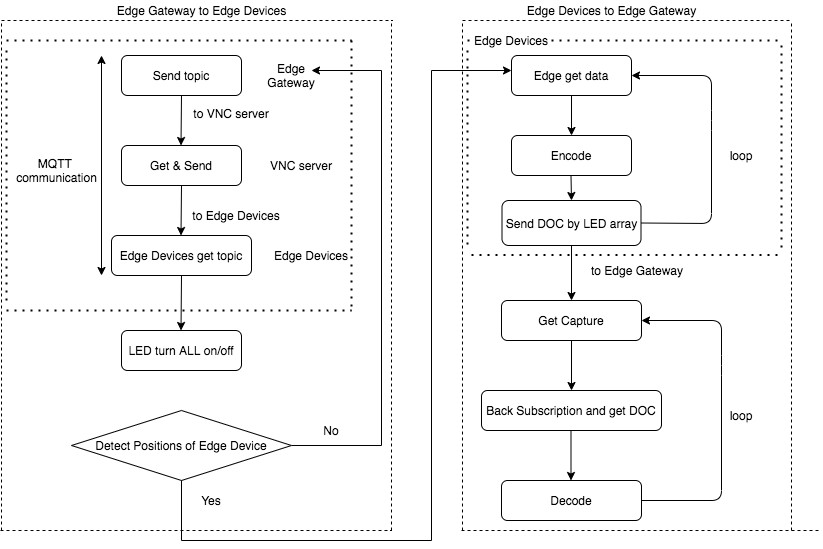
This is issue/DOC-Diagram.png from jamjamjam888/opencv-python, a draw.io export, as it was before one commit. Source tidied: cells renumbered, new cells last; positions are measured from the earlier drawing's top-left corner, leaving out a move shared by most shapes. Its diagram source:
```xml
<mxGraphModel>
  <root>
    <mxCell id="0" />
    <mxCell id="1" parent="0" />
    <mxCell id="2" value="Send topic" style="rounded=1;whiteSpace=wrap;html=1;fontSize=12;glass=0;strokeWidth=1;shadow=0;" parent="1" vertex="1">
      <mxGeometry x="121" y="55" width="120" height="40" as="geometry" />
    </mxCell>
    <mxCell id="3" style="edgeStyle=orthogonalEdgeStyle;rounded=0;jettySize=auto;html=1;exitX=1;exitY=0.5;exitDx=0;exitDy=0;" parent="1" edge="1" source="18">
      <mxGeometry relative="1" as="geometry">
        <mxPoint x="311" y="70" as="targetPoint" />
        <Array as="points">
          <mxPoint x="381" y="445" />
          <mxPoint x="381" y="70" />
        </Array>
      </mxGeometry>
    </mxCell>
    <mxCell id="4" value="Edge Devices get topic" style="rounded=1;whiteSpace=wrap;html=1;fontSize=12;glass=0;strokeWidth=1;shadow=0;" parent="1" vertex="1">
      <mxGeometry x="111" y="235" width="140" height="40" as="geometry" />
    </mxCell>
    <mxCell id="5" value="LED turn ALL on/off" style="rounded=1;whiteSpace=wrap;html=1;fontSize=12;glass=0;strokeWidth=1;shadow=0;" parent="1" vertex="1">
      <mxGeometry x="121" y="330" width="120" height="40" as="geometry" />
    </mxCell>
    <mxCell id="6" style="endArrow=none;dashed=1;html=1;dashPattern=1 3;strokeWidth=2;" parent="1" edge="1">
      <mxGeometry relative="1" as="geometry">
        <mxPoint x="6" y="40" as="sourcePoint" />
        <mxPoint x="351" y="40" as="targetPoint" />
      </mxGeometry>
    </mxCell>
    <mxCell id="7" value="Get &amp;amp; Send" style="rounded=1;whiteSpace=wrap;html=1;fontSize=12;glass=0;strokeWidth=1;shadow=0;" parent="1" vertex="1">
      <mxGeometry x="121" y="145" width="120" height="40" as="geometry" />
    </mxCell>
    <mxCell id="8" value="to VNC server" style="text;html=1;strokeColor=none;fillColor=none;align=center;verticalAlign=middle;whiteSpace=wrap;rounded=0;" parent="1" vertex="1">
      <mxGeometry x="191" y="100" width="80" height="25" as="geometry" />
    </mxCell>
    <mxCell id="9" value="to Edge Devices" style="text;html=1;strokeColor=none;fillColor=none;align=center;verticalAlign=middle;whiteSpace=wrap;rounded=0;" parent="1" vertex="1">
      <mxGeometry x="191" y="205" width="90" height="20" as="geometry" />
    </mxCell>
    <mxCell id="10" style="endArrow=classic;startArrow=classic;html=1;" parent="1" edge="1">
      <mxGeometry relative="1" as="geometry">
        <mxPoint x="101" y="275" as="sourcePoint" />
        <mxPoint x="101" y="55" as="targetPoint" />
      </mxGeometry>
    </mxCell>
    <mxCell id="11" value="MQTT &lt;br&gt;communication" style="text;html=1;align=center;verticalAlign=middle;" parent="1" vertex="1">
      <mxGeometry x="6" y="155" width="100" height="30" as="geometry" />
    </mxCell>
    <mxCell id="12" style="endArrow=none;dashed=1;html=1;dashPattern=1 3;strokeWidth=2;" parent="1" edge="1">
      <mxGeometry relative="1" as="geometry">
        <mxPoint x="6" y="310" as="sourcePoint" />
        <mxPoint x="351" y="310" as="targetPoint" />
      </mxGeometry>
    </mxCell>
    <mxCell id="13" style="endArrow=none;dashed=1;html=1;dashPattern=1 3;strokeWidth=2;" parent="1" edge="1">
      <mxGeometry relative="1" as="geometry">
        <mxPoint x="6" y="50" as="sourcePoint" />
        <mxPoint x="6" y="305" as="targetPoint" />
      </mxGeometry>
    </mxCell>
    <mxCell id="14" style="endArrow=none;dashed=1;html=1;dashPattern=1 3;strokeWidth=2;" parent="1" edge="1">
      <mxGeometry relative="1" as="geometry">
        <mxPoint x="351" y="40" as="sourcePoint" />
        <mxPoint x="351" y="310" as="targetPoint" />
        <Array as="points">
          <mxPoint x="351" y="40" />
          <mxPoint x="351" y="180" />
        </Array>
      </mxGeometry>
    </mxCell>
    <mxCell id="15" value="Edge Gateway" style="text;html=1;strokeColor=none;fillColor=none;align=center;verticalAlign=middle;whiteSpace=wrap;rounded=0;" parent="1" vertex="1">
      <mxGeometry x="251" y="65" width="80" height="20" as="geometry" />
    </mxCell>
    <mxCell id="16" value="VNC server" style="text;html=1;strokeColor=none;fillColor=none;align=center;verticalAlign=middle;whiteSpace=wrap;rounded=0;" parent="1" vertex="1">
      <mxGeometry x="261" y="155" width="80" height="20" as="geometry" />
    </mxCell>
    <mxCell id="17" value="Edge Devices" style="text;html=1;strokeColor=none;fillColor=none;align=center;verticalAlign=middle;whiteSpace=wrap;rounded=0;" parent="1" vertex="1">
      <mxGeometry x="271" y="245" width="80" height="20" as="geometry" />
    </mxCell>
    <mxCell id="18" value="Detect Positions of Edge Device" style="rhombus;whiteSpace=wrap;html=1;" parent="1" vertex="1">
      <mxGeometry x="71" y="410" width="220" height="70" as="geometry" />
    </mxCell>
    <mxCell id="19" style="endArrow=classic;html=1;exitX=0.5;exitY=1;exitDx=0;exitDy=0;" parent="1" edge="1" source="2">
      <mxGeometry relative="1" as="geometry">
        <mxPoint x="180.5" y="145" as="targetPoint" />
      </mxGeometry>
    </mxCell>
    <mxCell id="20" style="endArrow=classic;html=1;exitX=0.5;exitY=1;exitDx=0;exitDy=0;" parent="1" edge="1" source="7">
      <mxGeometry relative="1" as="geometry">
        <mxPoint x="180.5" y="235" as="targetPoint" />
      </mxGeometry>
    </mxCell>
    <mxCell id="21" style="endArrow=classic;html=1;exitX=0.5;exitY=1;exitDx=0;exitDy=0;" parent="1" edge="1" source="4">
      <mxGeometry relative="1" as="geometry">
        <mxPoint x="180.5" y="330" as="targetPoint" />
      </mxGeometry>
    </mxCell>
    <mxCell id="22" value="No" style="text;html=1;strokeColor=none;fillColor=none;align=center;verticalAlign=middle;whiteSpace=wrap;rounded=0;" parent="1" vertex="1">
      <mxGeometry x="311" y="420" width="40" height="20" as="geometry" />
    </mxCell>
    <mxCell id="23" value="Yes" style="text;html=1;strokeColor=none;fillColor=none;align=center;verticalAlign=middle;whiteSpace=wrap;rounded=0;" parent="1" vertex="1">
      <mxGeometry x="191" y="490" width="40" height="20" as="geometry" />
    </mxCell>
    <mxCell id="24" style="edgeStyle=orthogonalEdgeStyle;rounded=0;jettySize=auto;html=1;exitX=0.5;exitY=1;exitDx=0;exitDy=0;" parent="1" edge="1" source="18">
      <mxGeometry relative="1" as="geometry">
        <mxPoint x="511" y="70" as="targetPoint" />
        <Array as="points">
          <mxPoint x="181" y="540" />
          <mxPoint x="431" y="540" />
          <mxPoint x="431" y="70" />
        </Array>
      </mxGeometry>
    </mxCell>
    <mxCell id="25" style="endArrow=none;dashed=1;html=1;" parent="1" edge="1">
      <mxGeometry relative="1" as="geometry">
        <mxPoint y="530" as="sourcePoint" />
        <mxPoint x="391" y="530" as="targetPoint" />
      </mxGeometry>
    </mxCell>
    <mxCell id="26" style="endArrow=none;dashed=1;html=1;" parent="1" edge="1">
      <mxGeometry relative="1" as="geometry">
        <mxPoint x="391" y="530" as="sourcePoint" />
        <mxPoint x="391" y="20" as="targetPoint" />
      </mxGeometry>
    </mxCell>
    <mxCell id="27" style="endArrow=none;dashed=1;html=1;" parent="1" edge="1">
      <mxGeometry relative="1" as="geometry">
        <mxPoint x="1" y="530" as="sourcePoint" />
        <mxPoint x="1" y="20" as="targetPoint" />
      </mxGeometry>
    </mxCell>
    <mxCell id="28" style="endArrow=none;dashed=1;html=1;" parent="1" edge="1">
      <mxGeometry relative="1" as="geometry">
        <mxPoint x="1" y="20" as="sourcePoint" />
        <mxPoint x="392" y="20" as="targetPoint" />
      </mxGeometry>
    </mxCell>
    <mxCell id="29" value="Edge Devices to Edge Gateway" style="text;html=1;align=center;verticalAlign=middle;" parent="1" vertex="1">
      <mxGeometry x="521" width="180" height="20" as="geometry" />
    </mxCell>
    <mxCell id="30" value="Edge Gateway to Edge Devices" style="text;html=1;align=center;verticalAlign=middle;" parent="1" vertex="1">
      <mxGeometry x="111" width="180" height="20" as="geometry" />
    </mxCell>
    <mxCell id="31" value="Edge get data" style="rounded=1;whiteSpace=wrap;html=1;fontSize=12;glass=0;strokeWidth=1;shadow=0;" parent="1" vertex="1">
      <mxGeometry x="511" y="55" width="120" height="40" as="geometry" />
    </mxCell>
    <mxCell id="32" value="Get Capture" style="rounded=1;whiteSpace=wrap;html=1;fontSize=12;glass=0;strokeWidth=1;shadow=0;" parent="1" vertex="1">
      <mxGeometry x="501" y="300" width="140" height="40" as="geometry" />
    </mxCell>
    <mxCell id="33" style="endArrow=none;dashed=1;html=1;dashPattern=1 3;strokeWidth=2;" parent="1" edge="1" source="44">
      <mxGeometry relative="1" as="geometry">
        <mxPoint x="781" y="40" as="targetPoint" />
      </mxGeometry>
    </mxCell>
    <mxCell id="34" value="Send DOC by LED array" style="rounded=1;whiteSpace=wrap;html=1;fontSize=12;glass=0;strokeWidth=1;shadow=0;" parent="1" vertex="1">
      <mxGeometry x="501.5" y="200" width="139" height="45" as="geometry" />
    </mxCell>
    <mxCell id="35" style="endArrow=none;dashed=1;html=1;dashPattern=1 3;strokeWidth=2;" parent="1" edge="1">
      <mxGeometry relative="1" as="geometry">
        <mxPoint x="471" y="254.5" as="sourcePoint" />
        <mxPoint x="781" y="254.5" as="targetPoint" />
      </mxGeometry>
    </mxCell>
    <mxCell id="36" style="endArrow=none;dashed=1;html=1;dashPattern=1 3;strokeWidth=2;" parent="1" edge="1">
      <mxGeometry relative="1" as="geometry">
        <mxPoint x="467" y="50" as="sourcePoint" />
        <mxPoint x="467" y="250" as="targetPoint" />
      </mxGeometry>
    </mxCell>
    <mxCell id="37" style="endArrow=classic;html=1;exitX=0.5;exitY=1;exitDx=0;exitDy=0;entryX=0.5;entryY=0;entryDx=0;entryDy=0;" parent="1" edge="1" source="31" target="47">
      <mxGeometry relative="1" as="geometry" />
    </mxCell>
    <mxCell id="38" style="endArrow=classic;html=1;exitX=1;exitY=0.5;exitDx=0;exitDy=0;entryX=1;entryY=0.5;entryDx=0;entryDy=0;" parent="1" edge="1" source="34" target="31">
      <mxGeometry relative="1" as="geometry">
        <Array as="points">
          <mxPoint x="711" y="223" />
          <mxPoint x="711" y="120" />
          <mxPoint x="711" y="75" />
        </Array>
      </mxGeometry>
    </mxCell>
    <mxCell id="39" style="endArrow=none;dashed=1;html=1;" parent="1" edge="1">
      <mxGeometry relative="1" as="geometry">
        <mxPoint x="461" y="530" as="sourcePoint" />
        <mxPoint x="821" y="530" as="targetPoint" />
      </mxGeometry>
    </mxCell>
    <mxCell id="40" style="endArrow=none;dashed=1;html=1;" parent="1" edge="1">
      <mxGeometry relative="1" as="geometry">
        <mxPoint x="791" y="530" as="sourcePoint" />
        <mxPoint x="791" y="20" as="targetPoint" />
      </mxGeometry>
    </mxCell>
    <mxCell id="41" style="endArrow=none;dashed=1;html=1;" parent="1" edge="1">
      <mxGeometry relative="1" as="geometry">
        <mxPoint x="462" y="530" as="sourcePoint" />
        <mxPoint x="462" y="20" as="targetPoint" />
      </mxGeometry>
    </mxCell>
    <mxCell id="42" style="endArrow=none;dashed=1;html=1;" parent="1" edge="1">
      <mxGeometry relative="1" as="geometry">
        <mxPoint x="462" y="20" as="sourcePoint" />
        <mxPoint x="791" y="20" as="targetPoint" />
      </mxGeometry>
    </mxCell>
    <mxCell id="43" style="endArrow=none;dashed=1;html=1;dashPattern=1 3;strokeWidth=2;" parent="1" edge="1">
      <mxGeometry relative="1" as="geometry">
        <mxPoint x="781" y="45" as="sourcePoint" />
        <mxPoint x="781" y="250" as="targetPoint" />
      </mxGeometry>
    </mxCell>
    <mxCell id="44" value="Edge Devices" style="text;html=1;strokeColor=none;fillColor=none;align=center;verticalAlign=middle;whiteSpace=wrap;rounded=0;" parent="1" vertex="1">
      <mxGeometry x="471" y="30" width="80" height="20" as="geometry" />
    </mxCell>
    <mxCell id="45" style="endArrow=none;dashed=1;html=1;dashPattern=1 3;strokeWidth=2;" parent="1" edge="1" target="44">
      <mxGeometry relative="1" as="geometry">
        <mxPoint x="467" y="40" as="sourcePoint" />
      </mxGeometry>
    </mxCell>
    <mxCell id="46" value="loop" style="text;html=1;strokeColor=none;fillColor=none;align=center;verticalAlign=middle;whiteSpace=wrap;rounded=0;" parent="1" vertex="1">
      <mxGeometry x="721" y="150" width="40" height="10" as="geometry" />
    </mxCell>
    <mxCell id="47" value="Encode" style="rounded=1;whiteSpace=wrap;html=1;fontSize=12;glass=0;strokeWidth=1;shadow=0;" parent="1" vertex="1">
      <mxGeometry x="511" y="135" width="120" height="40" as="geometry" />
    </mxCell>
    <mxCell id="48" value="Decode" style="rounded=1;whiteSpace=wrap;html=1;fontSize=12;glass=0;strokeWidth=1;shadow=0;" parent="1" vertex="1">
      <mxGeometry x="501" y="480" width="140" height="40" as="geometry" />
    </mxCell>
    <mxCell id="49" value="Back Subscription and get DOC" style="rounded=1;whiteSpace=wrap;html=1;fontSize=12;glass=0;strokeWidth=1;shadow=0;" parent="1" vertex="1">
      <mxGeometry x="481" y="390" width="180" height="40" as="geometry" />
    </mxCell>
    <mxCell id="50" style="endArrow=classic;html=1;exitX=0.5;exitY=1;exitDx=0;exitDy=0;entryX=0.5;entryY=0;entryDx=0;entryDy=0;" parent="1" edge="1" target="32">
      <mxGeometry relative="1" as="geometry">
        <mxPoint x="571" y="245" as="sourcePoint" />
      </mxGeometry>
    </mxCell>
    <mxCell id="51" value="to Edge Gateway" style="text;html=1;strokeColor=none;fillColor=none;align=center;verticalAlign=middle;whiteSpace=wrap;rounded=0;" parent="1" vertex="1">
      <mxGeometry x="582" y="260" width="110" height="20" as="geometry" />
    </mxCell>
    <mxCell id="52" style="endArrow=classic;html=1;exitX=0.5;exitY=1;exitDx=0;exitDy=0;entryX=0.5;entryY=0;entryDx=0;entryDy=0;" parent="1" edge="1" source="32" target="49">
      <mxGeometry relative="1" as="geometry" />
    </mxCell>
    <mxCell id="53" style="endArrow=classic;html=1;exitX=0.5;exitY=1;exitDx=0;exitDy=0;" parent="1" edge="1">
      <mxGeometry relative="1" as="geometry">
        <mxPoint x="570.5" y="175" as="sourcePoint" />
        <mxPoint x="571" y="200" as="targetPoint" />
      </mxGeometry>
    </mxCell>
    <mxCell id="54" style="endArrow=classic;html=1;exitX=1;exitY=0.5;exitDx=0;exitDy=0;entryX=1;entryY=0.5;entryDx=0;entryDy=0;" parent="1" edge="1" source="48">
      <mxGeometry relative="1" as="geometry">
        <mxPoint x="641" y="320" as="targetPoint" />
        <Array as="points">
          <mxPoint x="721" y="500" />
          <mxPoint x="721" y="365" />
          <mxPoint x="721" y="320" />
        </Array>
      </mxGeometry>
    </mxCell>
    <mxCell id="55" style="endArrow=classic;html=1;exitX=0.5;exitY=1;exitDx=0;exitDy=0;entryX=0.5;entryY=0;entryDx=0;entryDy=0;" parent="1" edge="1">
      <mxGeometry relative="1" as="geometry">
        <mxPoint x="570.5" y="430" as="sourcePoint" />
        <mxPoint x="570.5" y="480" as="targetPoint" />
      </mxGeometry>
    </mxCell>
    <mxCell id="56" value="loop" style="text;html=1;strokeColor=none;fillColor=none;align=center;verticalAlign=middle;whiteSpace=wrap;rounded=0;" parent="1" vertex="1">
      <mxGeometry x="721" y="410" width="40" height="10" as="geometry" />
    </mxCell>
  </root>
</mxGraphModel>
```
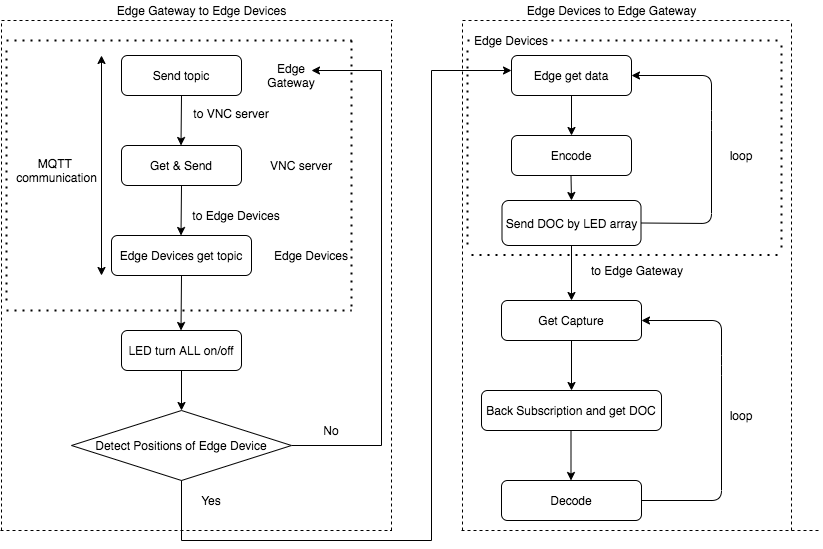
The same diagram one commit later.

Change to the diagram source:
```diff
@@ -263,5 +263,11 @@
     <mxCell id="56" value="loop" style="text;html=1;strokeColor=none;fillColor=none;align=center;verticalAlign=middle;whiteSpace=wrap;rounded=0;" parent="1" vertex="1">
       <mxGeometry x="721" y="410" width="40" height="10" as="geometry" />
     </mxCell>
+    <mxCell id="57" style="endArrow=classic;html=1;exitX=0.5;exitY=1;exitDx=0;exitDy=0;" parent="1" edge="1">
+      <mxGeometry relative="1" as="geometry">
+        <mxPoint x="181" y="370" as="sourcePoint" />
+        <mxPoint x="181" y="410" as="targetPoint" />
+      </mxGeometry>
+    </mxCell>
   </root>
 </mxGraphModel>
```
